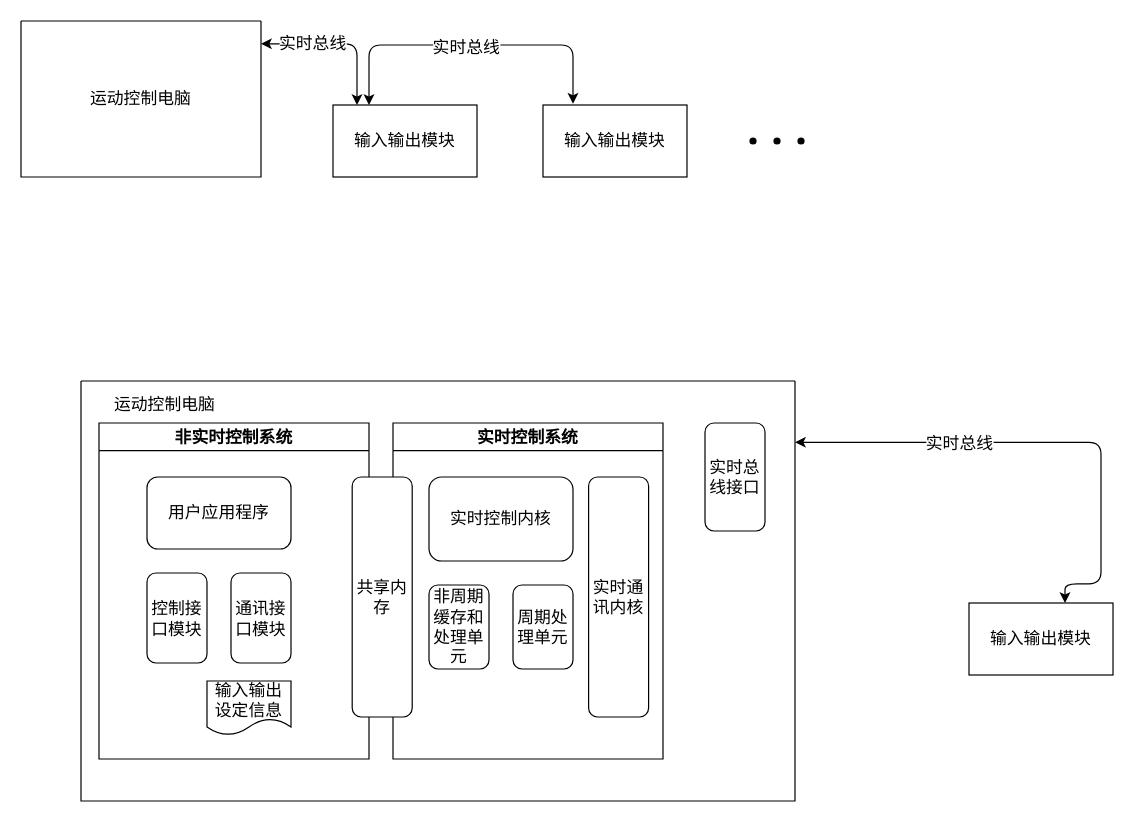
The draw.io diagram patent/drawing/Untitled Diagram.drawio in leeywin/work, before the edit. Source tidied: cells renumbered, new cells numbered last; positions are measured from the earlier drawing's top-left corner, leaving out a move shared by most shapes. Both pictures are drawn from the tidied source at 120%, with x=0, y=0 at pixel (20, 20).
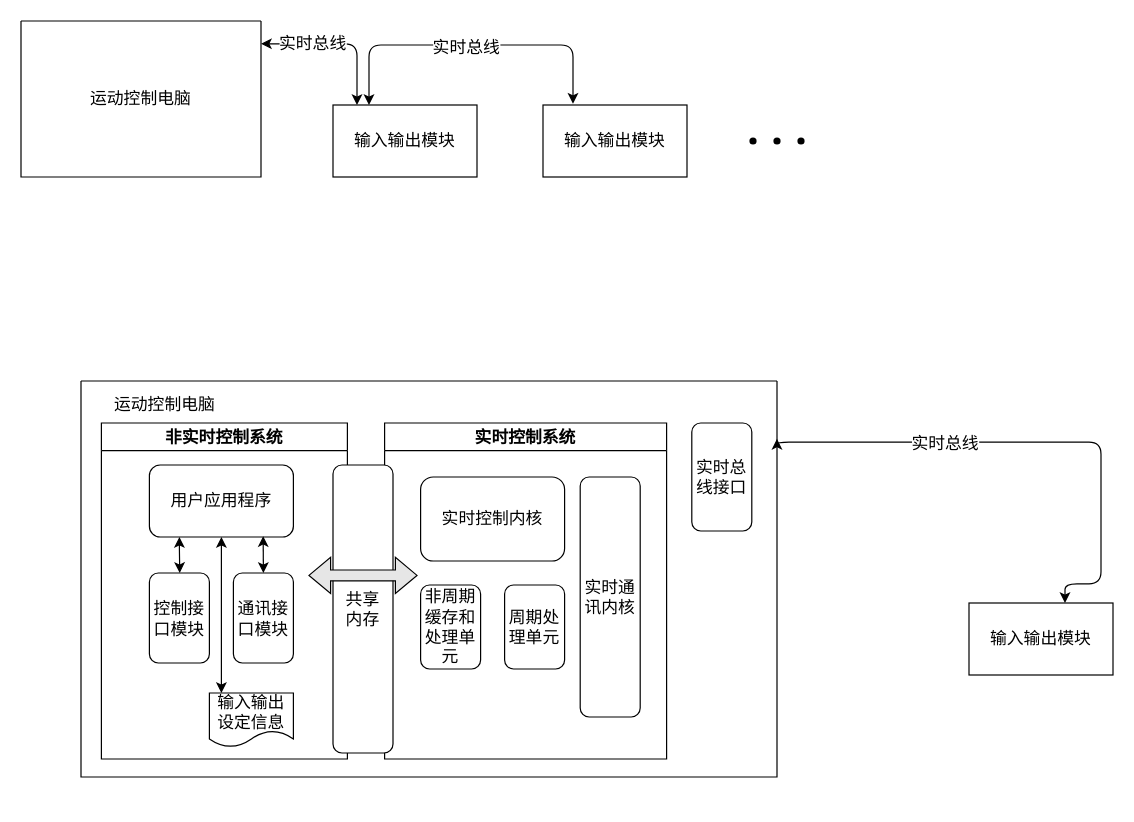
The same diagram, later.

The change refers to these unchanged cells:
```xml
<mxCell id="18" value="通讯接口模块" style="rounded=1;whiteSpace=wrap;html=1;fontSize=14;" parent="16" vertex="1">
  <mxGeometry x="110" y="125" width="50" height="75" as="geometry" />
</mxCell>
```

What changed in the source:
```diff
@@
     <mxCell id="14" style="swimlane;startSize=0;" parent="13" vertex="1">
-      <mxGeometry x="50" y="300" width="595" height="350" as="geometry" />
+      <mxGeometry x="50" y="300" width="580" height="330" as="geometry" />
     </mxCell>
@@
     <mxCell id="16" value="非实时控制系统" style="swimlane;fontSize=14;" parent="14" vertex="1">
-      <mxGeometry x="15" y="35" width="225" height="280" as="geometry" />
+      <mxGeometry x="17" y="35" width="205" height="280" as="geometry" />
     </mxCell>
+    <mxCell id="31" style="edgeStyle=orthogonalEdgeStyle;rounded=0;orthogonalLoop=1;jettySize=auto;html=1;exitX=0.25;exitY=1;exitDx=0;exitDy=0;entryX=0.606;entryY=0;entryDx=0;entryDy=0;entryPerimeter=0;fontSize=14;startArrow=classic;startFill=1;" parent="16" edge="1">
+      <mxGeometry relative="1" as="geometry">
+        <mxPoint x="65" y="95" as="sourcePoint" />
+        <mxPoint x="65.3" y="125" as="targetPoint" />
+        <Array as="points">
+          <mxPoint x="65" y="105" />
+          <mxPoint x="65" y="105" />
+        </Array>
+      </mxGeometry>
+    </mxCell>
+    <mxCell id="32" style="edgeStyle=orthogonalEdgeStyle;rounded=0;jettySize=auto;html=1;exitX=0.5;exitY=1;exitDx=0;exitDy=0;entryX=0.143;entryY=0;entryDx=0;entryDy=0;entryPerimeter=0;fontSize=14;startArrow=classic;startFill=1;" parent="16" edge="1" source="17" target="19">
+      <mxGeometry relative="1" as="geometry" />
+    </mxCell>
     <mxCell id="17" value="用户应用程序" style="rounded=1;whiteSpace=wrap;html=1;fontSize=14;" parent="16" vertex="1">
-      <mxGeometry x="40" y="45" width="120" height="60" as="geometry" />
+      <mxGeometry x="40" y="35" width="120" height="60" as="geometry" />
     </mxCell>
+    <mxCell id="33" style="edgeStyle=orthogonalEdgeStyle;rounded=0;jettySize=auto;html=1;exitX=0.5;exitY=0;exitDx=0;exitDy=0;entryX=0.79;entryY=0.988;entryDx=0;entryDy=0;entryPerimeter=0;fontSize=14;startArrow=classic;startFill=1;" parent="16" edge="1" source="18" target="17">
+      <mxGeometry relative="1" as="geometry" />
+    </mxCell>
@@
     <mxCell id="19" value="输入输出设定信息" style="shape=document;whiteSpace=wrap;html=1;boundedLbl=1;fontSize=14;" parent="16" vertex="1">
-      <mxGeometry x="90" y="215" width="70" height="45" as="geometry" />
+      <mxGeometry x="90" y="225" width="70" height="45" as="geometry" />
     </mxCell>
@@
     <mxCell id="21" value="实时总线接口" style="rounded=1;whiteSpace=wrap;html=1;fontSize=14;" parent="14" vertex="1">
-      <mxGeometry x="520" y="35" width="50" height="90" as="geometry" />
+      <mxGeometry x="509" y="35" width="50" height="90" as="geometry" />
     </mxCell>
     <mxCell id="22" value="实时控制系统" style="swimlane;fontSize=14;" parent="14" vertex="1">
-      <mxGeometry x="260" y="35" width="225" height="280" as="geometry" />
+      <mxGeometry x="253" y="35" width="235" height="280" as="geometry" />
     </mxCell>
-    <mxCell id="23" value="实时控制内核" style="rounded=1;whiteSpace=wrap;html=1;fontSize=14;" parent="22" vertex="1">
-      <mxGeometry x="30" y="45" width="120" height="70" as="geometry" />
-    </mxCell>
@@
+    <mxCell id="23" value="实时控制内核" style="rounded=1;whiteSpace=wrap;html=1;fontSize=14;" parent="22" vertex="1">
+      <mxGeometry x="30" y="45" width="120" height="70" as="geometry" />
+    </mxCell>
+    <mxCell id="30" value="共享&lt;br&gt;内存" style="rounded=1;whiteSpace=wrap;html=1;fontSize=14;" parent="13" vertex="1">
+      <mxGeometry x="260" y="370" width="50" height="240" as="geometry" />
+    </mxCell>
@@
-    <mxCell id="30" value="共享内存" style="rounded=1;whiteSpace=wrap;html=1;fontSize=14;" parent="13" vertex="1">
-      <mxGeometry x="276" y="380" width="50" height="200" as="geometry" />
-    </mxCell>
+    <mxCell id="34" style="shape=doubleArrow;whiteSpace=wrap;html=1;fontSize=14;fillColor=#E6E6E6;" parent="13" vertex="1">
+      <mxGeometry x="240" y="447" width="90" height="30" as="geometry" />
+    </mxCell>
```
